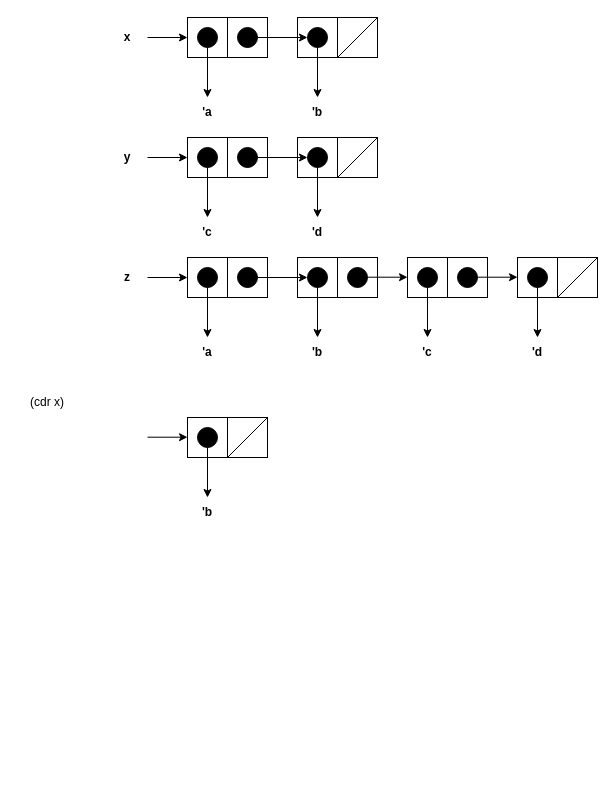
Before: Chapter3/Exercise3_12.drawio in ppysjp/SICP, a draw.io diagram. Source tidied: cells renumbered, new cells numbered last; positions are measured from the earlier drawing's top-left corner, leaving out a move shared by most shapes. Both pictures are drawn from the tidied source at 100%, with x=0, y=0 at pixel (17, 17).
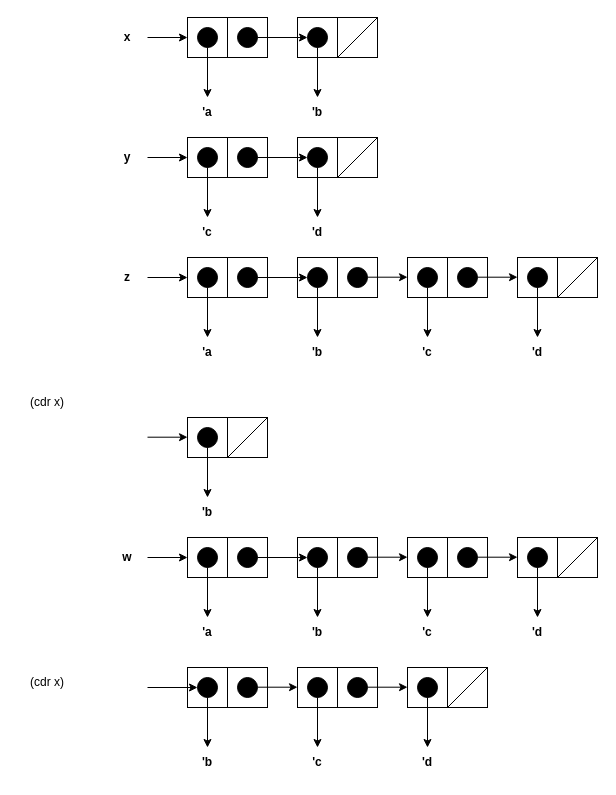
Above is the later version.

Change to the diagram source:
```diff
@@
+    <mxCell id="82" style="group;" parent="1" vertex="1">
+      <mxGeometry x="80" y="520" width="210" height="110" as="geometry" />
+    </mxCell>
+    <mxCell id="83" style="group;" parent="82" vertex="1">
+      <mxGeometry x="90" width="80" height="40" as="geometry" />
+    </mxCell>
+    <mxCell id="84" style="rounded=0;whiteSpace=wrap;html=1;fillColor=none;" parent="83" vertex="1">
+      <mxGeometry width="40" height="40" as="geometry" />
+    </mxCell>
+    <mxCell id="85" style="ellipse;whiteSpace=wrap;html=1;fillColor=#000000;" parent="83" vertex="1">
+      <mxGeometry x="10" y="10" width="20" height="20" as="geometry" />
+    </mxCell>
+    <mxCell id="86" style="rounded=0;whiteSpace=wrap;html=1;fillColor=none;" parent="83" vertex="1">
+      <mxGeometry x="40" width="40" height="40" as="geometry" />
+    </mxCell>
+    <mxCell id="87" style="ellipse;whiteSpace=wrap;html=1;fillColor=#000000;" parent="83" vertex="1">
+      <mxGeometry x="50" y="10" width="20" height="20" as="geometry" />
+    </mxCell>
+    <mxCell id="88" style="endArrow=classic;html=1;rounded=0;" parent="82" edge="1">
+      <mxGeometry relative="1" as="geometry">
+        <mxPoint x="50" y="20" as="sourcePoint" />
+        <mxPoint x="90" y="20" as="targetPoint" />
+      </mxGeometry>
+    </mxCell>
+    <mxCell id="89" value="&lt;b&gt;w&lt;/b&gt;" style="text;html=1;strokeColor=none;fillColor=none;align=center;verticalAlign=middle;whiteSpace=wrap;rounded=0;" parent="82" vertex="1">
+      <mxGeometry y="5" width="60" height="30" as="geometry" />
+    </mxCell>
+    <mxCell id="90" style="endArrow=classic;html=1;rounded=0;exitX=0.5;exitY=1;exitDx=0;exitDy=0;" parent="82" edge="1" source="85">
+      <mxGeometry relative="1" as="geometry">
+        <mxPoint x="110" y="80" as="targetPoint" />
+      </mxGeometry>
+    </mxCell>
+    <mxCell id="91" value="&lt;b&gt;'a&lt;/b&gt;" style="text;html=1;strokeColor=none;fillColor=none;align=center;verticalAlign=middle;whiteSpace=wrap;rounded=0;" parent="82" vertex="1">
+      <mxGeometry x="80" y="80" width="60" height="30" as="geometry" />
+    </mxCell>
+    <mxCell id="92" style="endArrow=classic;html=1;rounded=0;exitX=1;exitY=0.5;exitDx=0;exitDy=0;" parent="82" edge="1" source="87">
+      <mxGeometry relative="1" as="geometry">
+        <mxPoint x="210" y="20" as="targetPoint" />
+      </mxGeometry>
+    </mxCell>
+    <mxCell id="93" value="&lt;b&gt;'b&lt;/b&gt;" style="text;html=1;strokeColor=none;fillColor=none;align=center;verticalAlign=middle;whiteSpace=wrap;rounded=0;" parent="1" vertex="1">
+      <mxGeometry x="270" y="600" width="60" height="30" as="geometry" />
+    </mxCell>
+    <mxCell id="94" style="group;" parent="1" vertex="1">
+      <mxGeometry x="280" y="520" width="80" height="80" as="geometry" />
+    </mxCell>
+    <mxCell id="95" style="group;" parent="94" vertex="1">
+      <mxGeometry width="80" height="40" as="geometry" />
+    </mxCell>
+    <mxCell id="96" style="rounded=0;whiteSpace=wrap;html=1;fillColor=none;" parent="95" vertex="1">
+      <mxGeometry width="40" height="40" as="geometry" />
+    </mxCell>
+    <mxCell id="97" style="ellipse;whiteSpace=wrap;html=1;fillColor=#000000;" parent="95" vertex="1">
+      <mxGeometry x="10" y="10" width="20" height="20" as="geometry" />
+    </mxCell>
+    <mxCell id="98" style="ellipse;whiteSpace=wrap;html=1;fillColor=#000000;" parent="95" vertex="1">
+      <mxGeometry x="50" y="10" width="20" height="20" as="geometry" />
+    </mxCell>
+    <mxCell id="99" style="rounded=0;whiteSpace=wrap;html=1;fillColor=none;" parent="95" vertex="1">
+      <mxGeometry x="40" width="40" height="40" as="geometry" />
+    </mxCell>
+    <mxCell id="100" style="endArrow=classic;html=1;rounded=0;exitX=0.5;exitY=1;exitDx=0;exitDy=0;" parent="94" edge="1">
+      <mxGeometry relative="1" as="geometry">
+        <mxPoint x="20" y="30" as="sourcePoint" />
+        <mxPoint x="20" y="80" as="targetPoint" />
+      </mxGeometry>
+    </mxCell>
+    <mxCell id="101" style="ellipse;whiteSpace=wrap;html=1;fillColor=#000000;" parent="1" vertex="1">
+      <mxGeometry x="400" y="530" width="20" height="20" as="geometry" />
+    </mxCell>
+    <mxCell id="102" style="rounded=0;whiteSpace=wrap;html=1;fillColor=none;" parent="1" vertex="1">
+      <mxGeometry x="390" y="520" width="40" height="40" as="geometry" />
+    </mxCell>
+    <mxCell id="103" style="ellipse;whiteSpace=wrap;html=1;fillColor=#000000;" parent="1" vertex="1">
+      <mxGeometry x="440" y="530" width="20" height="20" as="geometry" />
+    </mxCell>
+    <mxCell id="104" style="rounded=0;whiteSpace=wrap;html=1;fillColor=none;" parent="1" vertex="1">
+      <mxGeometry x="430" y="520" width="40" height="40" as="geometry" />
+    </mxCell>
+    <mxCell id="105" style="endArrow=classic;html=1;rounded=0;" parent="1" edge="1">
+      <mxGeometry relative="1" as="geometry">
+        <mxPoint x="350" y="539.7" as="sourcePoint" />
+        <mxPoint x="390" y="539.7" as="targetPoint" />
+      </mxGeometry>
+    </mxCell>
+    <mxCell id="106" value="&lt;b&gt;'c&lt;/b&gt;" style="text;html=1;strokeColor=none;fillColor=none;align=center;verticalAlign=middle;whiteSpace=wrap;rounded=0;" parent="1" vertex="1">
+      <mxGeometry x="380" y="600" width="60" height="30" as="geometry" />
+    </mxCell>
+    <mxCell id="107" style="endArrow=classic;html=1;rounded=0;exitX=0.5;exitY=1;exitDx=0;exitDy=0;" parent="1" edge="1">
+      <mxGeometry relative="1" as="geometry">
+        <mxPoint x="410" y="550" as="sourcePoint" />
+        <mxPoint x="410" y="600" as="targetPoint" />
+      </mxGeometry>
+    </mxCell>
+    <mxCell id="108" style="ellipse;whiteSpace=wrap;html=1;fillColor=#000000;" parent="1" vertex="1">
+      <mxGeometry x="510" y="530" width="20" height="20" as="geometry" />
+    </mxCell>
+    <mxCell id="109" style="rounded=0;whiteSpace=wrap;html=1;fillColor=none;" parent="1" vertex="1">
+      <mxGeometry x="500" y="520" width="40" height="40" as="geometry" />
+    </mxCell>
+    <mxCell id="110" style="endArrow=classic;html=1;rounded=0;" parent="1" edge="1">
+      <mxGeometry relative="1" as="geometry">
+        <mxPoint x="460" y="539.7" as="sourcePoint" />
+        <mxPoint x="500" y="539.7" as="targetPoint" />
+      </mxGeometry>
+    </mxCell>
+    <mxCell id="111" value="&lt;b&gt;'d&lt;/b&gt;" style="text;html=1;strokeColor=none;fillColor=none;align=center;verticalAlign=middle;whiteSpace=wrap;rounded=0;" parent="1" vertex="1">
+      <mxGeometry x="490" y="600" width="60" height="30" as="geometry" />
+    </mxCell>
+    <mxCell id="112" style="endArrow=classic;html=1;rounded=0;exitX=0.5;exitY=1;exitDx=0;exitDy=0;" parent="1" edge="1">
+      <mxGeometry relative="1" as="geometry">
+        <mxPoint x="520" y="550" as="sourcePoint" />
+        <mxPoint x="520" y="600" as="targetPoint" />
+      </mxGeometry>
+    </mxCell>
+    <mxCell id="113" style="rounded=0;whiteSpace=wrap;html=1;fillColor=none;" parent="1" vertex="1">
+      <mxGeometry x="540" y="520" width="40" height="40" as="geometry" />
+    </mxCell>
+    <mxCell id="114" style="endArrow=none;html=1;rounded=0;" parent="1" edge="1">
+      <mxGeometry relative="1" as="geometry">
+        <mxPoint x="540" y="560" as="sourcePoint" />
+        <mxPoint x="580" y="520" as="targetPoint" />
+      </mxGeometry>
+    </mxCell>
+    <mxCell id="115" value="(cdr x)" style="text;html=1;strokeColor=none;fillColor=none;align=center;verticalAlign=middle;whiteSpace=wrap;rounded=0;" parent="1" vertex="1">
+      <mxGeometry y="650" width="60" height="30" as="geometry" />
+    </mxCell>
+    <mxCell id="116" style="endArrow=classic;html=1;rounded=0;exitX=1;exitY=0.5;exitDx=0;exitDy=0;" parent="1" edge="1">
+      <mxGeometry relative="1" as="geometry">
+        <mxPoint x="130" y="670" as="sourcePoint" />
+        <mxPoint x="180" y="670" as="targetPoint" />
+      </mxGeometry>
+    </mxCell>
+    <mxCell id="117" value="&lt;b&gt;'b&lt;/b&gt;" style="text;html=1;strokeColor=none;fillColor=none;align=center;verticalAlign=middle;whiteSpace=wrap;rounded=0;" parent="1" vertex="1">
+      <mxGeometry x="160" y="730" width="60" height="30" as="geometry" />
+    </mxCell>
+    <mxCell id="118" style="group;" parent="1" vertex="1">
+      <mxGeometry x="170" y="650" width="80" height="80" as="geometry" />
+    </mxCell>
+    <mxCell id="119" style="group;" parent="118" vertex="1">
+      <mxGeometry width="80" height="40" as="geometry" />
+    </mxCell>
+    <mxCell id="120" style="rounded=0;whiteSpace=wrap;html=1;fillColor=none;" parent="119" vertex="1">
+      <mxGeometry width="40" height="40" as="geometry" />
+    </mxCell>
+    <mxCell id="121" style="ellipse;whiteSpace=wrap;html=1;fillColor=#000000;" parent="119" vertex="1">
+      <mxGeometry x="10" y="10" width="20" height="20" as="geometry" />
+    </mxCell>
+    <mxCell id="122" style="ellipse;whiteSpace=wrap;html=1;fillColor=#000000;" parent="119" vertex="1">
+      <mxGeometry x="50" y="10" width="20" height="20" as="geometry" />
+    </mxCell>
+    <mxCell id="123" style="rounded=0;whiteSpace=wrap;html=1;fillColor=none;" parent="119" vertex="1">
+      <mxGeometry x="40" width="40" height="40" as="geometry" />
+    </mxCell>
+    <mxCell id="124" style="endArrow=classic;html=1;rounded=0;exitX=0.5;exitY=1;exitDx=0;exitDy=0;" parent="118" edge="1">
+      <mxGeometry relative="1" as="geometry">
+        <mxPoint x="20" y="30" as="sourcePoint" />
+        <mxPoint x="20" y="80" as="targetPoint" />
+      </mxGeometry>
+    </mxCell>
+    <mxCell id="125" style="ellipse;whiteSpace=wrap;html=1;fillColor=#000000;" parent="1" vertex="1">
+      <mxGeometry x="290" y="660" width="20" height="20" as="geometry" />
+    </mxCell>
+    <mxCell id="126" style="rounded=0;whiteSpace=wrap;html=1;fillColor=none;" parent="1" vertex="1">
+      <mxGeometry x="280" y="650" width="40" height="40" as="geometry" />
+    </mxCell>
+    <mxCell id="127" style="ellipse;whiteSpace=wrap;html=1;fillColor=#000000;" parent="1" vertex="1">
+      <mxGeometry x="330" y="660" width="20" height="20" as="geometry" />
+    </mxCell>
+    <mxCell id="128" style="rounded=0;whiteSpace=wrap;html=1;fillColor=none;" parent="1" vertex="1">
+      <mxGeometry x="320" y="650" width="40" height="40" as="geometry" />
+    </mxCell>
+    <mxCell id="129" style="endArrow=classic;html=1;rounded=0;" parent="1" edge="1">
+      <mxGeometry relative="1" as="geometry">
+        <mxPoint x="240" y="669.7" as="sourcePoint" />
+        <mxPoint x="280" y="669.7" as="targetPoint" />
+      </mxGeometry>
+    </mxCell>
+    <mxCell id="130" value="&lt;b&gt;'c&lt;/b&gt;" style="text;html=1;strokeColor=none;fillColor=none;align=center;verticalAlign=middle;whiteSpace=wrap;rounded=0;" parent="1" vertex="1">
+      <mxGeometry x="270" y="730" width="60" height="30" as="geometry" />
+    </mxCell>
+    <mxCell id="131" style="endArrow=classic;html=1;rounded=0;exitX=0.5;exitY=1;exitDx=0;exitDy=0;" parent="1" edge="1">
+      <mxGeometry relative="1" as="geometry">
+        <mxPoint x="300" y="680" as="sourcePoint" />
+        <mxPoint x="300" y="730" as="targetPoint" />
+      </mxGeometry>
+    </mxCell>
+    <mxCell id="132" style="ellipse;whiteSpace=wrap;html=1;fillColor=#000000;" parent="1" vertex="1">
+      <mxGeometry x="400" y="660" width="20" height="20" as="geometry" />
+    </mxCell>
+    <mxCell id="133" style="rounded=0;whiteSpace=wrap;html=1;fillColor=none;" parent="1" vertex="1">
+      <mxGeometry x="390" y="650" width="40" height="40" as="geometry" />
+    </mxCell>
+    <mxCell id="134" style="endArrow=classic;html=1;rounded=0;" parent="1" edge="1">
+      <mxGeometry relative="1" as="geometry">
+        <mxPoint x="350" y="669.7" as="sourcePoint" />
+        <mxPoint x="390" y="669.7" as="targetPoint" />
+      </mxGeometry>
+    </mxCell>
+    <mxCell id="135" value="&lt;b&gt;'d&lt;/b&gt;" style="text;html=1;strokeColor=none;fillColor=none;align=center;verticalAlign=middle;whiteSpace=wrap;rounded=0;" parent="1" vertex="1">
+      <mxGeometry x="380" y="730" width="60" height="30" as="geometry" />
+    </mxCell>
+    <mxCell id="136" style="endArrow=classic;html=1;rounded=0;exitX=0.5;exitY=1;exitDx=0;exitDy=0;" parent="1" edge="1">
+      <mxGeometry relative="1" as="geometry">
+        <mxPoint x="410" y="680" as="sourcePoint" />
+        <mxPoint x="410" y="730" as="targetPoint" />
+      </mxGeometry>
+    </mxCell>
+    <mxCell id="137" style="rounded=0;whiteSpace=wrap;html=1;fillColor=none;" parent="1" vertex="1">
+      <mxGeometry x="430" y="650" width="40" height="40" as="geometry" />
+    </mxCell>
+    <mxCell id="138" style="endArrow=none;html=1;rounded=0;" parent="1" edge="1">
+      <mxGeometry relative="1" as="geometry">
+        <mxPoint x="430" y="690" as="sourcePoint" />
+        <mxPoint x="470" y="650" as="targetPoint" />
+      </mxGeometry>
+    </mxCell>
```
